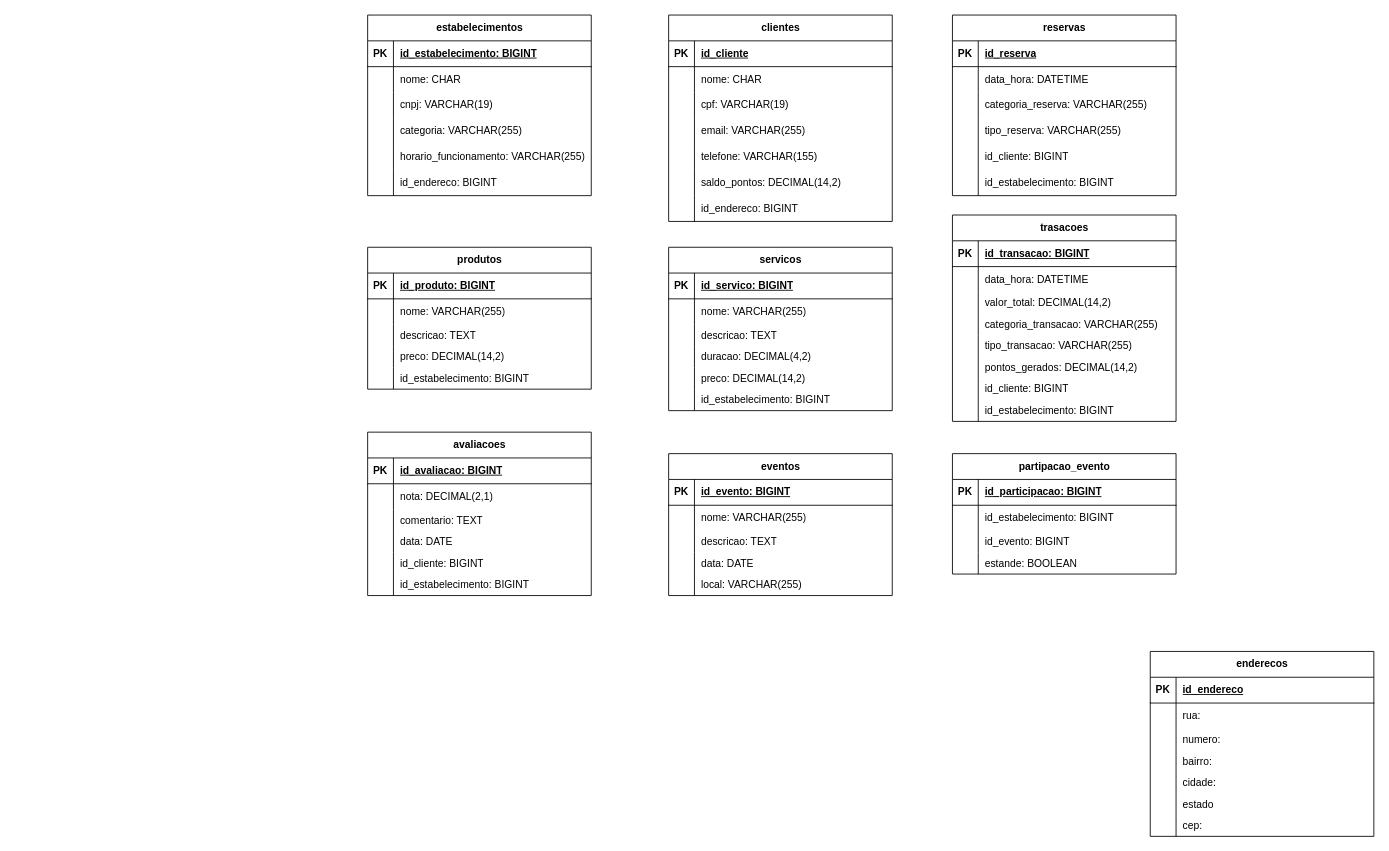
RenanSMA/3-Semestre keeps this draw.io diagram as Atividade 1 Reposição 25/04.drawio. Above is the earlier version. Source tidied: cells renumbered, new cells numbered last; positions are measured from the earlier drawing's top-left corner, leaving out a move shared by most shapes. Both pictures are drawn from the tidied source at 86%, with x=0, y=0 at pixel (367, 15).
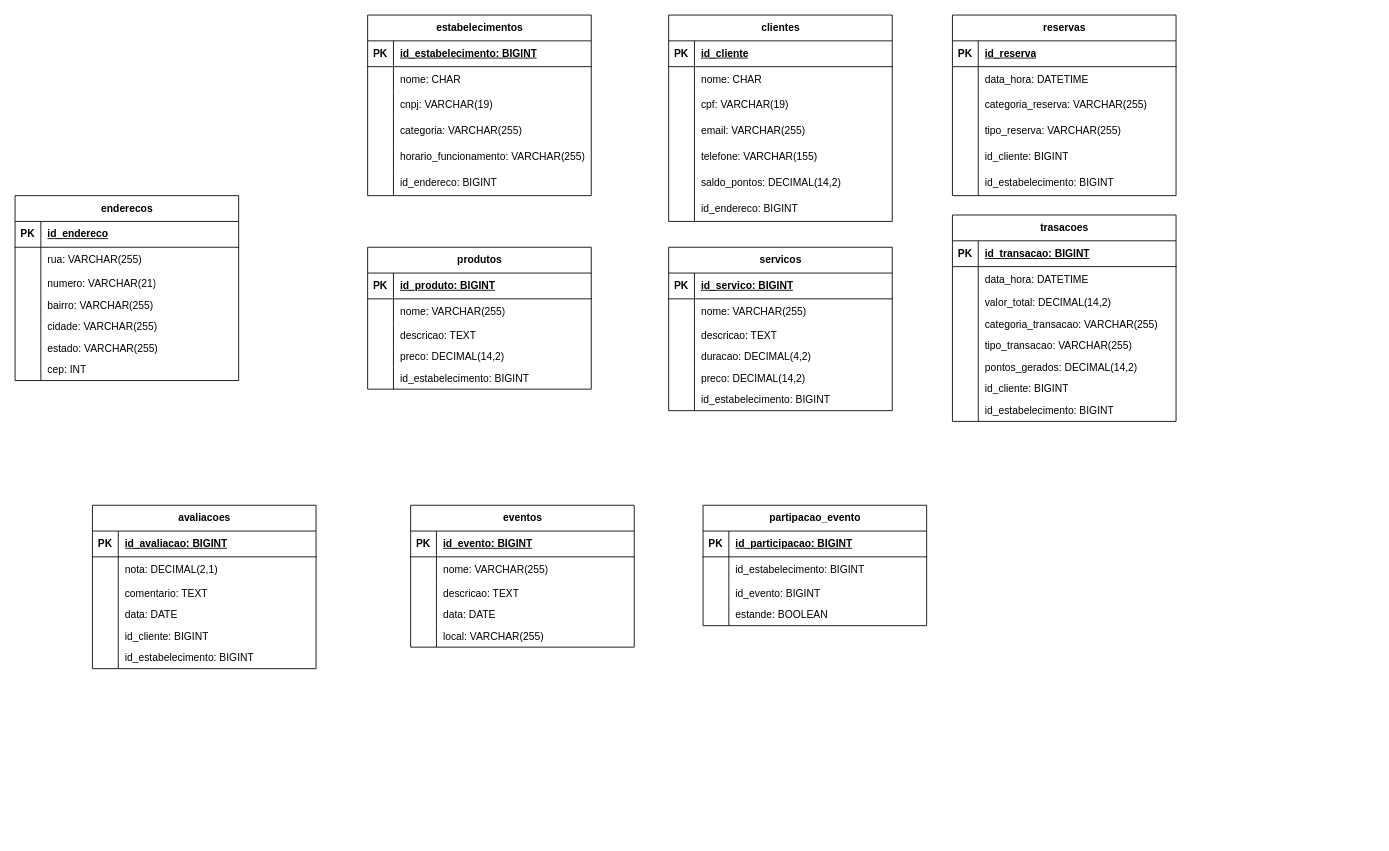
Above is the later version.

Commit message:
v1.5 Atividade 1 Reposição 25/04.drawio

The change refers to these unchanged cells:
```xml
<mxCell id="174" style="shape=tableRow;horizontal=0;startSize=0;swimlaneHead=0;swimlaneBody=0;fillColor=none;top=0;left=0;right=0;bottom=0;" parent="170" vertex="1">
  <mxGeometry y="60" width="260" height="30" as="geometry" />
</mxCell>
<mxCell id="177" style="shape=tableRow;horizontal=0;startSize=0;swimlaneHead=0;swimlaneBody=0;fillColor=none;top=0;left=0;right=0;bottom=0;" parent="170" vertex="1">
  <mxGeometry y="90" width="260" height="25" as="geometry" />
</mxCell>
<mxCell id="180" style="shape=tableRow;horizontal=0;startSize=0;swimlaneHead=0;swimlaneBody=0;fillColor=none;top=0;left=0;right=0;bottom=0;" parent="170" vertex="1">
  <mxGeometry y="115" width="260" height="25" as="geometry" />
</mxCell>
<mxCell id="183" style="shape=tableRow;horizontal=0;startSize=0;swimlaneHead=0;swimlaneBody=0;fillColor=none;top=0;left=0;right=0;bottom=0;" parent="170" vertex="1">
  <mxGeometry y="140" width="260" height="25" as="geometry" />
</mxCell>
<mxCell id="186" style="shape=tableRow;horizontal=0;startSize=0;swimlaneHead=0;swimlaneBody=0;fillColor=none;top=0;left=0;right=0;bottom=0;" parent="170" vertex="1">
  <mxGeometry y="165" width="260" height="25" as="geometry" />
</mxCell>
<mxCell id="189" style="shape=tableRow;horizontal=0;startSize=0;swimlaneHead=0;swimlaneBody=0;fillColor=none;top=0;left=0;right=0;bottom=0;" parent="170" vertex="1">
  <mxGeometry y="190" width="260" height="25" as="geometry" />
</mxCell>
```

Diff of the diagram source:
```diff
@@
     <mxCell id="122" value="avaliacoes" style="shape=table;startSize=30;childLayout=tableLayout;rowLines=0;fontStyle=1;align=center;html=1;" parent="1" vertex="1">
-      <mxGeometry y="485" width="260" height="190" as="geometry" />
+      <mxGeometry x="-320" y="570" width="260" height="190" as="geometry" />
     </mxCell>
@@
     <mxCell id="141" value="eventos" style="shape=table;startSize=30;childLayout=tableLayout;rowLines=0;fontStyle=1;align=center;html=1;" parent="1" vertex="1">
-      <mxGeometry x="350" y="510" width="260" height="165" as="geometry" />
+      <mxGeometry x="50" y="570" width="260" height="165" as="geometry" />
     </mxCell>
@@
     <mxCell id="157" value="partipacao_evento" style="shape=table;startSize=30;childLayout=tableLayout;rowLines=0;fontStyle=1;align=center;html=1;" parent="1" vertex="1">
-      <mxGeometry x="680" y="510" width="260" height="140" as="geometry" />
+      <mxGeometry x="390" y="570" width="260" height="140" as="geometry" />
     </mxCell>
@@
     <mxCell id="170" value="enderecos" style="shape=table;startSize=30;childLayout=tableLayout;rowLines=0;fontStyle=1;align=center;html=1;" parent="1" vertex="1">
-      <mxGeometry x="910" y="740" width="260" height="215" as="geometry" />
+      <mxGeometry x="-410" y="210" width="260" height="215" as="geometry" />
     </mxCell>
@@
-    <mxCell id="176" value="rua:" style="shape=partialRectangle;fillColor=none;top=0;left=0;bottom=0;right=0;align=left;spacingLeft=6;overflow=hidden;whiteSpace=wrap;html=1;" parent="174" vertex="1">
+    <mxCell id="176" value="rua: VARCHAR(255)" style="shape=partialRectangle;fillColor=none;top=0;left=0;bottom=0;right=0;align=left;spacingLeft=6;overflow=hidden;whiteSpace=wrap;html=1;" parent="174" vertex="1">
       <mxGeometry x="30" width="230" height="30" as="geometry" />
     </mxCell>
@@
-    <mxCell id="179" value="numero:" style="shape=partialRectangle;fillColor=none;top=0;left=0;bottom=0;right=0;align=left;spacingLeft=6;overflow=hidden;whiteSpace=wrap;html=1;" parent="177" vertex="1">
+    <mxCell id="179" value="numero: VARCHAR(21)" style="shape=partialRectangle;fillColor=none;top=0;left=0;bottom=0;right=0;align=left;spacingLeft=6;overflow=hidden;whiteSpace=wrap;html=1;" parent="177" vertex="1">
       <mxGeometry x="30" width="230" height="25" as="geometry" />
     </mxCell>
@@
-    <mxCell id="182" value="bairro:" style="shape=partialRectangle;fillColor=none;top=0;left=0;bottom=0;right=0;align=left;spacingLeft=6;overflow=hidden;whiteSpace=wrap;html=1;" parent="180" vertex="1">
+    <mxCell id="182" value="bairro: VARCHAR(255)" style="shape=partialRectangle;fillColor=none;top=0;left=0;bottom=0;right=0;align=left;spacingLeft=6;overflow=hidden;whiteSpace=wrap;html=1;" parent="180" vertex="1">
       <mxGeometry x="30" width="230" height="25" as="geometry" />
     </mxCell>
@@
-    <mxCell id="185" value="cidade:" style="shape=partialRectangle;fillColor=none;top=0;left=0;bottom=0;right=0;align=left;spacingLeft=6;overflow=hidden;whiteSpace=wrap;html=1;" parent="183" vertex="1">
+    <mxCell id="185" value="cidade: VARCHAR(255)" style="shape=partialRectangle;fillColor=none;top=0;left=0;bottom=0;right=0;align=left;spacingLeft=6;overflow=hidden;whiteSpace=wrap;html=1;" parent="183" vertex="1">
       <mxGeometry x="30" width="230" height="25" as="geometry" />
     </mxCell>
@@
-    <mxCell id="188" value="estado" style="shape=partialRectangle;fillColor=none;top=0;left=0;bottom=0;right=0;align=left;spacingLeft=6;overflow=hidden;whiteSpace=wrap;html=1;" parent="186" vertex="1">
+    <mxCell id="188" value="estado: VARCHAR(255)" style="shape=partialRectangle;fillColor=none;top=0;left=0;bottom=0;right=0;align=left;spacingLeft=6;overflow=hidden;whiteSpace=wrap;html=1;" parent="186" vertex="1">
       <mxGeometry x="30" width="230" height="25" as="geometry" />
     </mxCell>
@@
-    <mxCell id="191" value="cep:" style="shape=partialRectangle;fillColor=none;top=0;left=0;bottom=0;right=0;align=left;spacingLeft=6;overflow=hidden;whiteSpace=wrap;html=1;" parent="189" vertex="1">
+    <mxCell id="191" value="cep: INT" style="shape=partialRectangle;fillColor=none;top=0;left=0;bottom=0;right=0;align=left;spacingLeft=6;overflow=hidden;whiteSpace=wrap;html=1;" parent="189" vertex="1">
       <mxGeometry x="30" width="230" height="25" as="geometry" />
     </mxCell>
```
